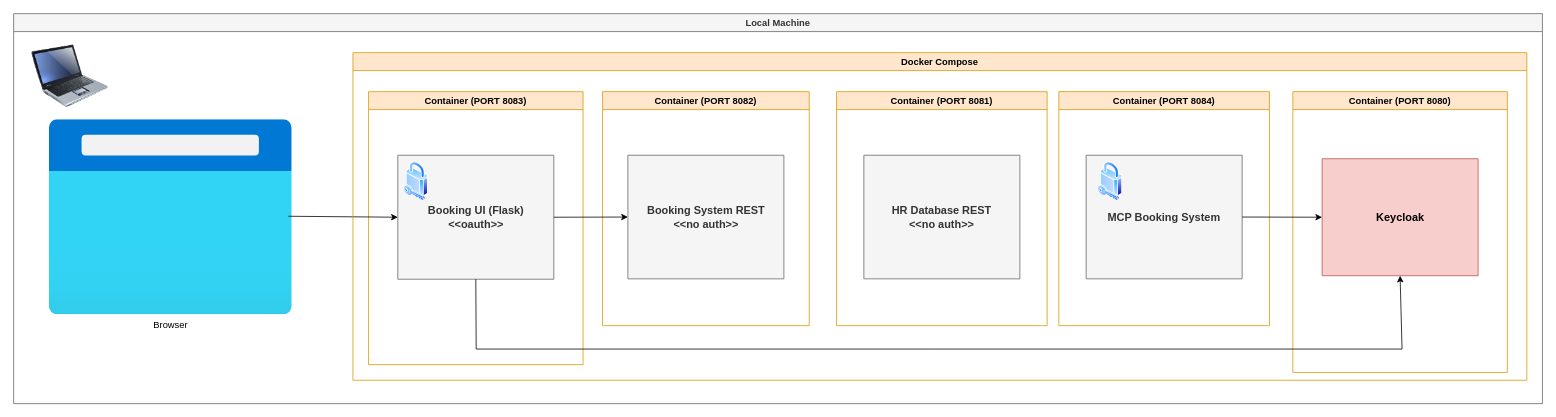
This is page "Booking-Applications-Docker-Compose-Keycloak" (4 of 5) of architecture/galaxim-travel-infrastructure.drawio from thomassuedbroecker/galaxium-travels-infrastructure-tsuedbro, a draw.io file, before an edit. Source tidied: cells renumbered, new cells numbered last; positions are measured from the earlier drawing's top-left corner, leaving out a move shared by most shapes. Both pictures are drawn from the tidied source at 78%, with x=0, y=0 at pixel (13, 13).
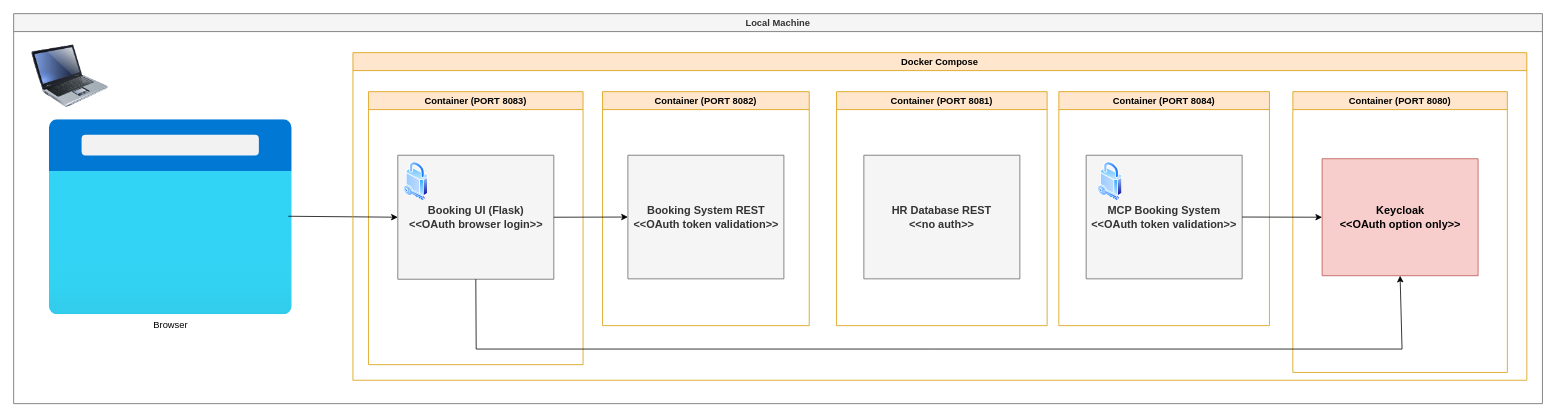
After the change.

Unchanged cells that the change refers to:
```xml
<mxCell id="7" value="Docker Compose" style="swimlane;whiteSpace=wrap;html=1;fillColor=#ffe6cc;strokeColor=#d79b00;" parent="2" vertex="1">
  <mxGeometry x="435" y="50" width="1505" height="420" as="geometry" />
</mxCell>
<mxCell id="10" value="Container (PORT 8084)" style="swimlane;whiteSpace=wrap;html=1;fillColor=#ffe6cc;strokeColor=#d79b00;" parent="7" vertex="1">
  <mxGeometry x="905" y="50" width="270" height="300" as="geometry" />
</mxCell>
<mxCell id="13" value="Container (PORT 8080)" style="swimlane;whiteSpace=wrap;html=1;fillColor=#ffe6cc;strokeColor=#d79b00;" parent="7" vertex="1">
  <mxGeometry x="1205" y="50" width="275" height="360" as="geometry" />
</mxCell>
```

Diff of the diagram source:
```diff
@@
-    <mxCell id="11" value="&lt;font style=&quot;font-size: 14px;&quot;&gt;MCP Booking System&lt;/font&gt;" style="swimlane;whiteSpace=wrap;html=1;fillColor=#f5f5f5;fontColor=#333333;strokeColor=#666666;startSize=159;" parent="10" vertex="1">
+    <mxCell id="11" value="&lt;font style=&quot;font-size: 14px;&quot;&gt;MCP Booking System&lt;br&gt;&amp;lt;&amp;lt;OAuth token validation&amp;gt;&amp;gt;&lt;/font&gt;" style="swimlane;whiteSpace=wrap;html=1;fillColor=#f5f5f5;fontColor=#333333;strokeColor=#666666;startSize=159;" parent="10" vertex="1">
       <mxGeometry x="35" y="81.5" width="200" height="158.5" as="geometry" />
     </mxCell>
@@
-    <mxCell id="14" value="&lt;font style=&quot;font-size: 14px;&quot;&gt;Keycloak&lt;/font&gt;" style="swimlane;whiteSpace=wrap;html=1;fillColor=#f8cecc;strokeColor=#b85450;startSize=150;" parent="13" vertex="1">
+    <mxCell id="14" value="&lt;font style=&quot;font-size: 14px;&quot;&gt;Keycloak&lt;br&gt;&amp;lt;&amp;lt;OAuth option only&amp;gt;&amp;gt;&lt;/font&gt;" style="swimlane;whiteSpace=wrap;html=1;fillColor=#f8cecc;strokeColor=#b85450;startSize=150;" parent="13" vertex="1">
       <mxGeometry x="37.5" y="86" width="200" height="150" as="geometry" />
     </mxCell>
@@
-    <mxCell id="16" value="&lt;font style=&quot;font-size: 14px;&quot;&gt;Booking UI (Flask)&lt;br&gt;&amp;lt;&amp;lt;oauth&amp;gt;&amp;gt;&lt;/font&gt;" style="swimlane;whiteSpace=wrap;html=1;fillColor=#f5f5f5;fontColor=#333333;strokeColor=#666666;startSize=159;" parent="7" vertex="1">
+    <mxCell id="16" value="&lt;font style=&quot;font-size: 14px;&quot;&gt;Booking UI (Flask)&lt;br&gt;&amp;lt;&amp;lt;OAuth browser login&amp;gt;&amp;gt;&lt;/font&gt;" style="swimlane;whiteSpace=wrap;html=1;fillColor=#f5f5f5;fontColor=#333333;strokeColor=#666666;startSize=159;" parent="7" vertex="1">
       <mxGeometry x="57.5" y="131.5" width="200" height="159" as="geometry" />
     </mxCell>
@@
-    <mxCell id="18" value="&lt;font style=&quot;font-size: 14px;&quot;&gt;Booking System REST&lt;br&gt;&amp;lt;&amp;lt;no auth&amp;gt;&amp;gt;&lt;/font&gt;" style="swimlane;whiteSpace=wrap;html=1;fillColor=#f5f5f5;fontColor=#333333;strokeColor=#666666;startSize=159;" parent="7" vertex="1">
+    <mxCell id="18" value="&lt;font style=&quot;font-size: 14px;&quot;&gt;Booking System REST&lt;br&gt;&amp;lt;&amp;lt;OAuth token validation&amp;gt;&amp;gt;&lt;/font&gt;" style="swimlane;whiteSpace=wrap;html=1;fillColor=#f5f5f5;fontColor=#333333;strokeColor=#666666;startSize=159;" parent="7" vertex="1">
       <mxGeometry x="352.5" y="131.5" width="200" height="158.5" as="geometry" />
     </mxCell>
```
